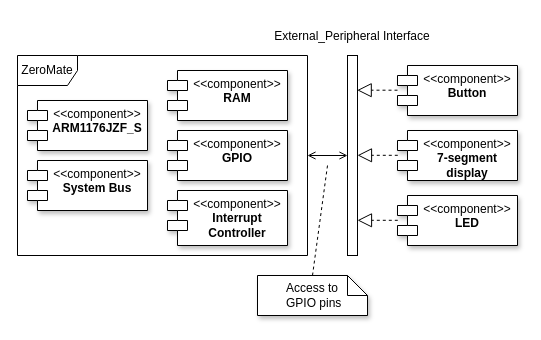
This is docs/diagrams/peripherals/peripherals.drawio from silhavyj/ZeroMate, a draw.io file, before an edit. Source tidied: cells renumbered, new cells numbered last; positions are measured from the earlier drawing's top-left corner, leaving out a move shared by most shapes. Both pictures are drawn from the tidied source at 100%, with x=0, y=0 at pixel (17, 21).
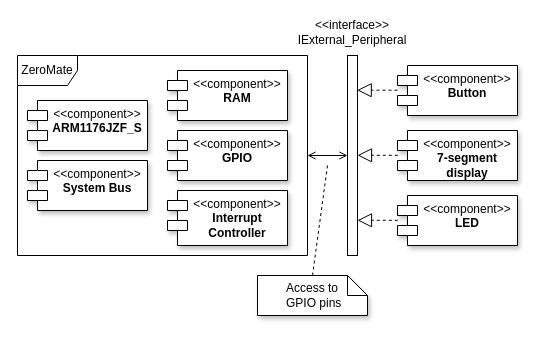
The same page after the edit.

Commit message (it also covers changes not shown here):
Updated/added UML diagrams

Change to the diagram source:
```diff
@@
-    <mxCell id="9" value="External_Peripheral Interface" style="text;html=1;strokeColor=none;fillColor=none;align=center;verticalAlign=middle;whiteSpace=wrap;rounded=0;fontFamily=Computer Modern;" parent="1" vertex="1">
-      <mxGeometry x="246.2" width="177.5" height="30" as="geometry" />
+    <mxCell id="9" value="&amp;lt;&amp;lt;interface&amp;gt;&amp;gt;&lt;br&gt;IExternal_Peripheral" style="text;html=1;strokeColor=none;fillColor=none;align=center;verticalAlign=middle;whiteSpace=wrap;rounded=0;fontFamily=Computer Modern;" parent="1" vertex="1">
+      <mxGeometry x="246.2" y="-4" width="177.5" height="30" as="geometry" />
     </mxCell>
```
